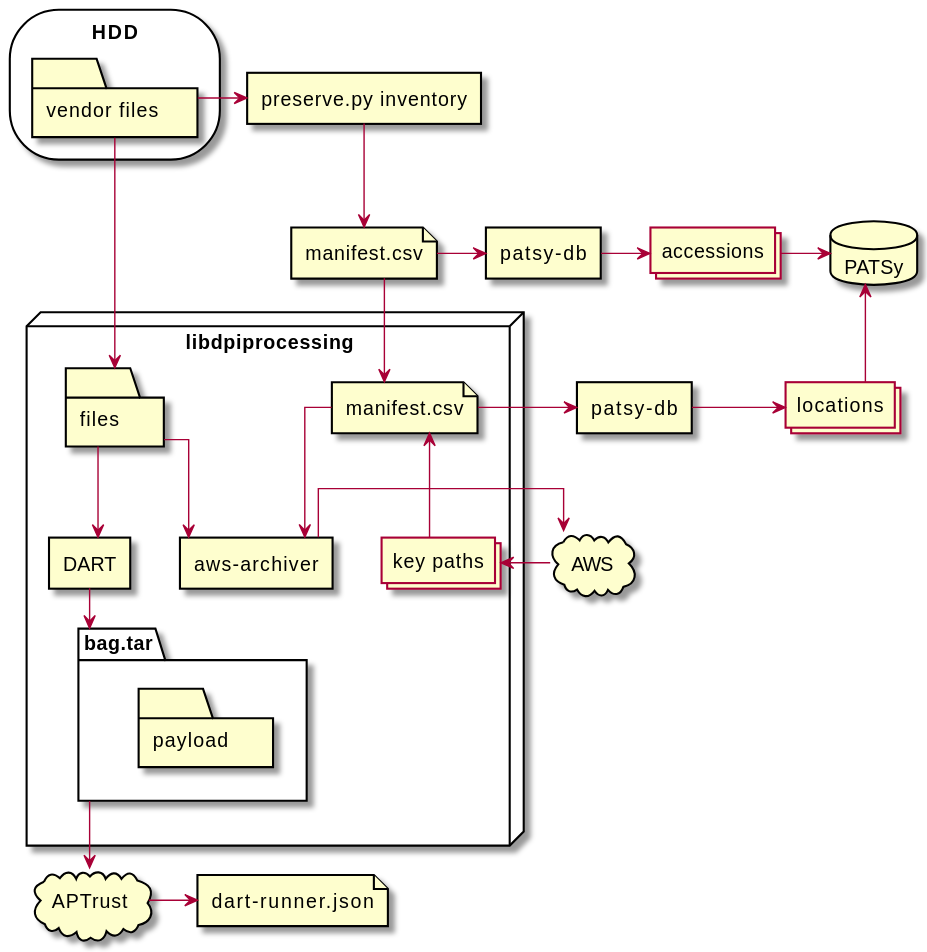
The PlantUML diagram docs/process.svg in umd-lib/digital-preservation-toolkit, before a commit.
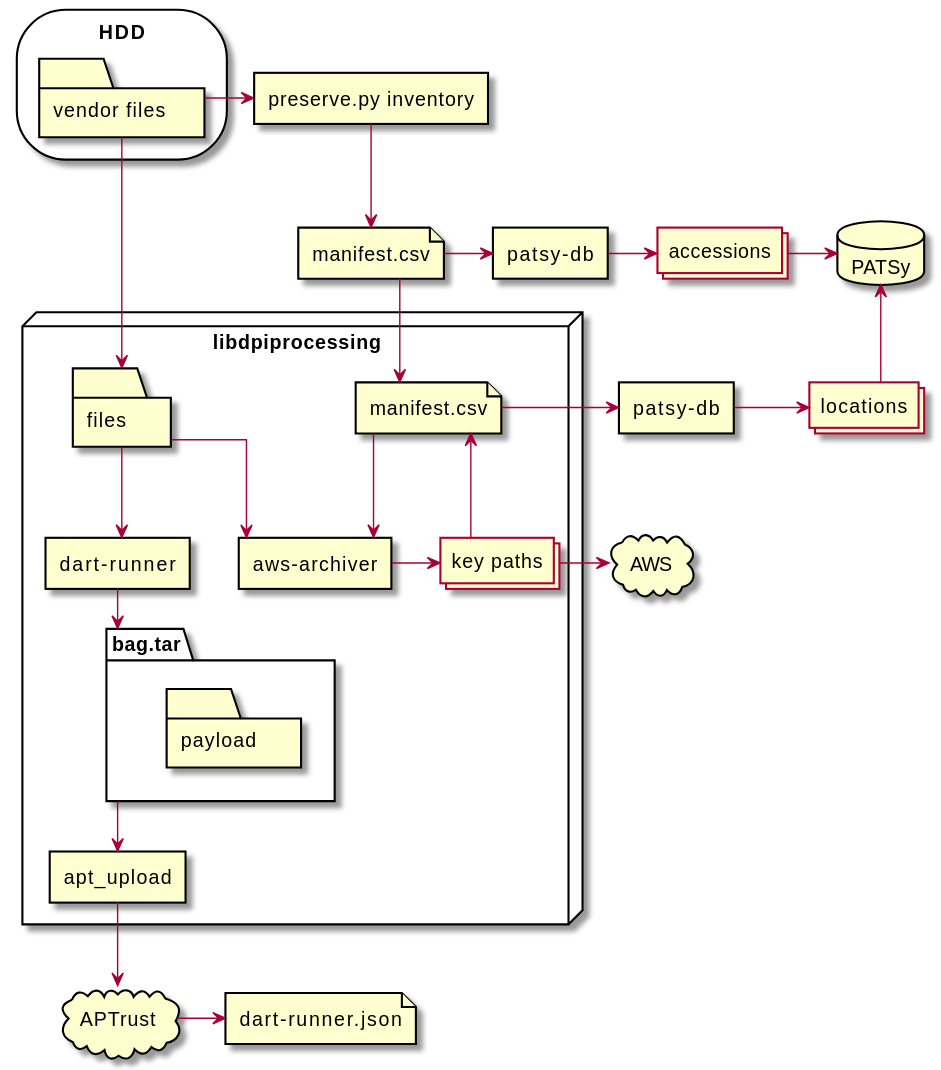
Above is the later version.

Commit message:
Updated current process diagram.

Per discussion at the 2022-09-26 Digital Collections Technical meeting.

What changed in the source:
```diff
@@ -15,11 +15,12 @@
     folder files
     file manifest.csv
     rectangle awsarchiver as "aws-archiver"
-    rectangle DART
+    rectangle DART as "dart-runner"
     collections keypaths as "key paths"
     package bag.tar {
         folder payload
     }
+    rectangle apt_upload
 }
 file dartrunner as "dart-runner.json"
 cloud AWS
@@ -36,8 +37,8 @@
 
 files --> awsarchiver
 manifest.csv --> awsarchiver
-awsarchiver -> AWS
-AWS -> keypaths
+awsarchiver -> keypaths
+keypaths -> AWS
 manifest.csv <-- keypaths
 manifest.csv -> patsydbdeposit
 patsydbdeposit -> locations
@@ -45,6 +46,7 @@
 
 files --> DART
 DART --> bag.tar
-bag.tar --> APTrust
+bag.tar --> apt_upload
+apt_upload --> APTrust
 APTrust -> dartrunner
 @enduml
```
